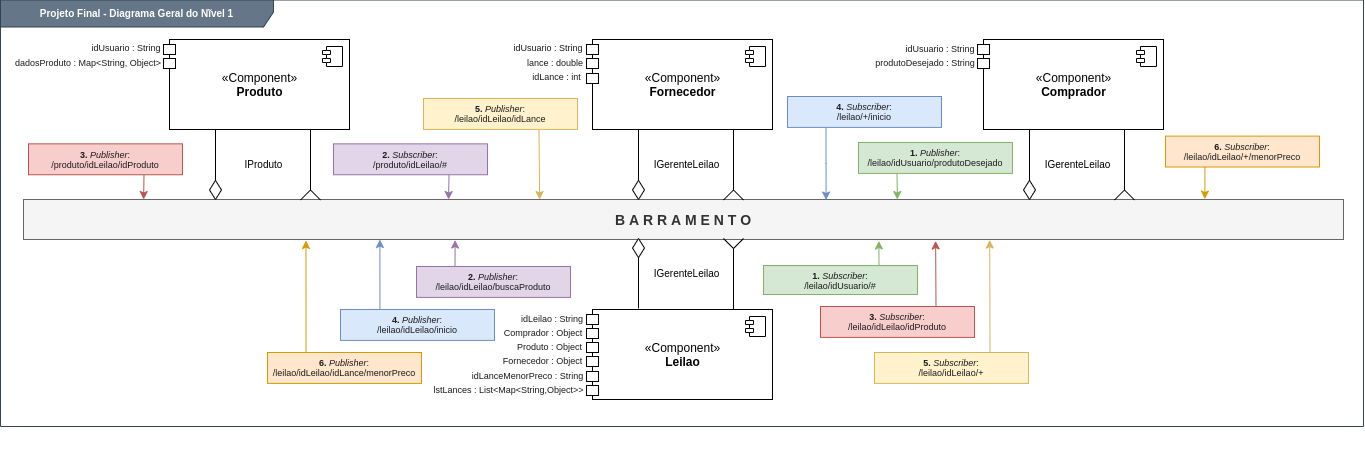
The draw.io diagram Projeto Final/images/barramento_nivel1.png in eNove/unicamp-engsoft-2020-inf331, before a commit. Source tidied: cells renumbered, new cells last; positions are measured from the earlier drawing's top-left corner, leaving out a move shared by most shapes.
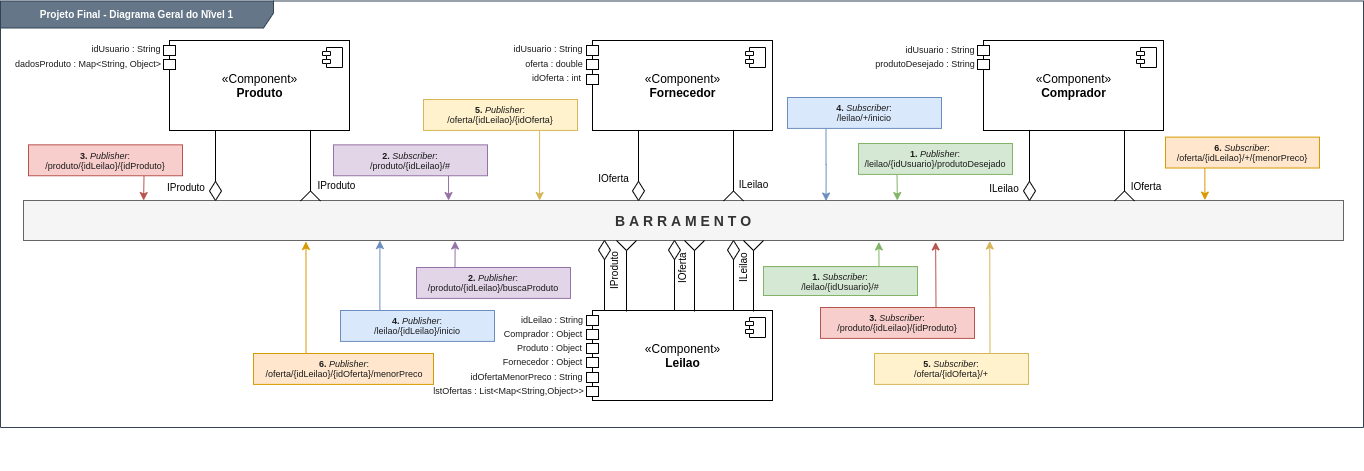
Later version of the same file.

Commit message:
Diagrama barramento revisado e finalizado

Diff of the diagram source:
```diff
@@ -38,4 +38,4 @@
     </mxCell>
-    <mxCell id="12" value="IGerenteLeilao" style="text;html=1;strokeColor=none;fillColor=none;align=center;verticalAlign=middle;whiteSpace=wrap;rounded=0;fontSize=10;" parent="1" vertex="1">
-      <mxGeometry x="1040.8" y="154.2" width="73.2" height="20" as="geometry" />
+    <mxCell id="12" value="ILeilao" style="text;html=1;strokeColor=none;fillColor=none;align=center;verticalAlign=middle;whiteSpace=wrap;rounded=0;fontSize=10;" parent="1" vertex="1">
+      <mxGeometry x="984" y="177" width="40" height="20" as="geometry" />
     </mxCell>
@@ -85,3 +85,3 @@
     <mxCell id="23" value="IProduto" style="text;html=1;strokeColor=none;fillColor=none;align=center;verticalAlign=middle;whiteSpace=wrap;rounded=0;fontSize=10;" parent="1" vertex="1">
-      <mxGeometry x="226.8" y="154.2" width="73.2" height="20" as="geometry" />
+      <mxGeometry x="163" y="176.2" width="46" height="20" as="geometry" />
     </mxCell>
@@ -130,4 +130,4 @@
     </mxCell>
-    <mxCell id="34" value="IGerenteLeilao" style="text;html=1;strokeColor=none;fillColor=none;align=center;verticalAlign=middle;whiteSpace=wrap;rounded=0;fontSize=10;" parent="1" vertex="1">
-      <mxGeometry x="649.8" y="154.2" width="73.2" height="20" as="geometry" />
+    <mxCell id="34" value="IOferta" style="text;html=1;strokeColor=none;fillColor=none;align=center;verticalAlign=middle;whiteSpace=wrap;rounded=0;fontSize=10;" parent="1" vertex="1">
+      <mxGeometry x="577" y="166.5" width="73.2" height="20" as="geometry" />
     </mxCell>
@@ -162,7 +162,7 @@
     </mxCell>
-    <mxCell id="41" value="IGerenteLeilao" style="text;html=1;strokeColor=none;fillColor=none;align=center;verticalAlign=middle;whiteSpace=wrap;rounded=0;fontSize=10;" parent="1" vertex="1">
-      <mxGeometry x="650.9" y="263" width="71" height="20" as="geometry" />
+    <mxCell id="41" value="ILeilao" style="text;html=1;strokeColor=none;fillColor=none;align=center;verticalAlign=middle;whiteSpace=wrap;rounded=0;fontSize=10;rotation=-90;" parent="1" vertex="1">
+      <mxGeometry x="722.5" y="256.7" width="40" height="20" as="geometry" />
     </mxCell>
     <mxCell id="42" style="group;rotation=-180;" parent="1" vertex="1">
-      <mxGeometry x="632" y="238" width="12" height="70" as="geometry" />
+      <mxGeometry x="598" y="239" width="12" height="70" as="geometry" />
     </mxCell>
@@ -177,3 +177,3 @@
     <mxCell id="45" style="group;rotation=-180;" parent="1" vertex="1">
-      <mxGeometry x="723" y="238" width="20" height="70.5" as="geometry" />
+      <mxGeometry x="743" y="239" width="20" height="70.5" as="geometry" />
     </mxCell>
@@ -224,3 +224,3 @@
     </mxCell>
-    <mxCell id="58" value="&lt;b style=&quot;font-size: 9px&quot;&gt;2.&lt;/b&gt; &lt;i style=&quot;font-size: 9px&quot;&gt;Publisher&lt;/i&gt;:&lt;br style=&quot;font-size: 9px&quot;&gt;/leilao/idLeilao/buscaProduto" style="text;html=1;strokeColor=none;fillColor=none;align=center;verticalAlign=middle;whiteSpace=wrap;rounded=0;fontSize=9;fontColor=#1A1A1A;" parent="1" vertex="1">
+    <mxCell id="58" value="&lt;b style=&quot;font-size: 9px&quot;&gt;2.&lt;/b&gt; &lt;i style=&quot;font-size: 9px&quot;&gt;Publisher&lt;/i&gt;:&lt;br style=&quot;font-size: 9px&quot;&gt;/produto/{idLeilao}/buscaProduto" style="text;html=1;strokeColor=none;fillColor=none;align=center;verticalAlign=middle;whiteSpace=wrap;rounded=0;fontSize=9;fontColor=#1A1A1A;" parent="1" vertex="1">
       <mxGeometry x="416" y="273.7" width="154" height="15.5" as="geometry" />
@@ -233,3 +233,3 @@
     </mxCell>
-    <mxCell id="61" value="&lt;b style=&quot;font-size: 9px;&quot;&gt;1.&lt;/b&gt; &lt;i style=&quot;font-size: 9px;&quot;&gt;Publisher&lt;/i&gt;:&lt;br style=&quot;font-size: 9px;&quot;&gt;/leilao/idUsuario/produtoDesejado" style="text;html=1;strokeColor=none;fillColor=none;align=center;verticalAlign=middle;whiteSpace=wrap;rounded=0;fontSize=9;fontColor=#1A1A1A;" parent="59" vertex="1">
+    <mxCell id="61" value="&lt;b style=&quot;font-size: 9px&quot;&gt;1.&lt;/b&gt; &lt;i style=&quot;font-size: 9px&quot;&gt;Publisher&lt;/i&gt;:&lt;br style=&quot;font-size: 9px&quot;&gt;/leilao/{idUsuario}/produtoDesejado" style="text;html=1;strokeColor=none;fillColor=none;align=center;verticalAlign=middle;whiteSpace=wrap;rounded=0;fontSize=9;fontColor=#1A1A1A;" parent="59" vertex="1">
       <mxGeometry y="7.7" width="154" height="15.5" as="geometry" />
@@ -248,3 +248,3 @@
     </mxCell>
-    <mxCell id="66" value="&lt;b style=&quot;font-size: 9px&quot;&gt;1.&lt;/b&gt; &lt;i style=&quot;font-size: 9px&quot;&gt;Subscriber&lt;/i&gt;:&lt;br style=&quot;font-size: 9px&quot;&gt;/leilao/idUsuario/#" style="text;html=1;strokeColor=none;fillColor=none;align=center;verticalAlign=middle;whiteSpace=wrap;rounded=0;fontSize=9;fontColor=#1A1A1A;" parent="62" vertex="1">
+    <mxCell id="66" value="&lt;b style=&quot;font-size: 9px&quot;&gt;1.&lt;/b&gt; &lt;i style=&quot;font-size: 9px&quot;&gt;Subscriber&lt;/i&gt;:&lt;br style=&quot;font-size: 9px&quot;&gt;/leilao/{idUsuario}/#" style="text;html=1;strokeColor=none;fillColor=none;align=center;verticalAlign=middle;whiteSpace=wrap;rounded=0;fontSize=9;fontColor=#1A1A1A;" parent="62" vertex="1">
       <mxGeometry y="7.2" width="154" height="14.5" as="geometry" />
@@ -257,3 +257,3 @@
     </mxCell>
-    <mxCell id="69" value="&lt;b style=&quot;font-size: 9px&quot;&gt;2.&lt;/b&gt; &lt;i style=&quot;font-size: 9px&quot;&gt;Subscriber&lt;/i&gt;:&lt;br style=&quot;font-size: 9px&quot;&gt;/produto/idLeilao/#" style="text;html=1;strokeColor=none;fillColor=none;align=center;verticalAlign=middle;whiteSpace=wrap;rounded=0;fontSize=9;fontColor=#1A1A1A;" parent="1" vertex="1">
+    <mxCell id="69" value="&lt;b style=&quot;font-size: 9px&quot;&gt;2.&lt;/b&gt; &lt;i style=&quot;font-size: 9px&quot;&gt;Subscriber&lt;/i&gt;:&lt;br style=&quot;font-size: 9px&quot;&gt;/produto/{idLeilao}/#" style="text;html=1;strokeColor=none;fillColor=none;align=center;verticalAlign=middle;whiteSpace=wrap;rounded=0;fontSize=9;fontColor=#1A1A1A;" parent="1" vertex="1">
       <mxGeometry x="333" y="151.1" width="154" height="15.5" as="geometry" />
@@ -266,3 +266,3 @@
     </mxCell>
-    <mxCell id="72" value="&lt;b style=&quot;font-size: 9px&quot;&gt;3.&lt;/b&gt; &lt;i style=&quot;font-size: 9px&quot;&gt;Publisher&lt;/i&gt;:&lt;br style=&quot;font-size: 9px&quot;&gt;/produto/idLeilao/idProduto" style="text;html=1;strokeColor=none;fillColor=none;align=center;verticalAlign=middle;whiteSpace=wrap;rounded=0;fontSize=9;fontColor=#1A1A1A;" parent="1" vertex="1">
+    <mxCell id="72" value="&lt;b style=&quot;font-size: 9px&quot;&gt;3.&lt;/b&gt; &lt;i style=&quot;font-size: 9px&quot;&gt;Publisher&lt;/i&gt;:&lt;br style=&quot;font-size: 9px&quot;&gt;/produto/{idLeilao}/{idProduto}" style="text;html=1;strokeColor=none;fillColor=none;align=center;verticalAlign=middle;whiteSpace=wrap;rounded=0;fontSize=9;fontColor=#1A1A1A;" parent="1" vertex="1">
       <mxGeometry x="28" y="151.1" width="154" height="15.5" as="geometry" />
@@ -279,3 +279,3 @@
     </mxCell>
-    <mxCell id="75" value="&lt;b style=&quot;font-size: 9px&quot;&gt;3.&lt;/b&gt; &lt;i style=&quot;font-size: 9px&quot;&gt;Subscriber&lt;/i&gt;:&lt;br style=&quot;font-size: 9px&quot;&gt;/leilao/idLeilao/idProduto" style="text;html=1;strokeColor=none;fillColor=none;align=center;verticalAlign=middle;whiteSpace=wrap;rounded=0;fontSize=9;fontColor=#1A1A1A;" parent="1" vertex="1">
+    <mxCell id="75" value="&lt;b style=&quot;font-size: 9px&quot;&gt;3.&lt;/b&gt; &lt;i style=&quot;font-size: 9px&quot;&gt;Subscriber&lt;/i&gt;:&lt;br style=&quot;font-size: 9px&quot;&gt;/produto/{idLeilao}/{idProduto}" style="text;html=1;strokeColor=none;fillColor=none;align=center;verticalAlign=middle;whiteSpace=wrap;rounded=0;fontSize=9;fontColor=#1A1A1A;" parent="1" vertex="1">
       <mxGeometry x="820" y="313.7" width="154" height="15.5" as="geometry" />
@@ -292,3 +292,3 @@
     </mxCell>
-    <mxCell id="78" value="&lt;b style=&quot;font-size: 9px&quot;&gt;4.&lt;/b&gt; &lt;i style=&quot;font-size: 9px&quot;&gt;Publisher&lt;/i&gt;:&lt;br style=&quot;font-size: 9px&quot;&gt;/leilao/idLeilao/inicio" style="text;html=1;strokeColor=none;fillColor=none;align=center;verticalAlign=middle;whiteSpace=wrap;rounded=0;fontSize=9;fontColor=#1A1A1A;" parent="1" vertex="1">
+    <mxCell id="78" value="&lt;b style=&quot;font-size: 9px&quot;&gt;4.&lt;/b&gt; &lt;i style=&quot;font-size: 9px&quot;&gt;Publisher&lt;/i&gt;:&lt;br style=&quot;font-size: 9px&quot;&gt;/leilao/{idLeilao}/inicio" style="text;html=1;strokeColor=none;fillColor=none;align=center;verticalAlign=middle;whiteSpace=wrap;rounded=0;fontSize=9;fontColor=#1A1A1A;" parent="1" vertex="1">
       <mxGeometry x="340" y="316.7" width="154" height="15.5" as="geometry" />
@@ -314,3 +314,3 @@
     </mxCell>
-    <mxCell id="84" value="&lt;b style=&quot;font-size: 9px&quot;&gt;5.&lt;/b&gt; &lt;i style=&quot;font-size: 9px&quot;&gt;Publisher&lt;/i&gt;:&lt;br style=&quot;font-size: 9px&quot;&gt;/leilao/idLeilao/idLance" style="text;html=1;strokeColor=none;fillColor=none;align=center;verticalAlign=middle;whiteSpace=wrap;rounded=0;fontSize=9;fontColor=#1A1A1A;" parent="1" vertex="1">
+    <mxCell id="84" value="&lt;b style=&quot;font-size: 9px&quot;&gt;5.&lt;/b&gt; &lt;i style=&quot;font-size: 9px&quot;&gt;Publisher&lt;/i&gt;:&lt;br style=&quot;font-size: 9px&quot;&gt;/oferta/{idLeilao}/{idOferta}" style="text;html=1;strokeColor=none;fillColor=none;align=center;verticalAlign=middle;whiteSpace=wrap;rounded=0;fontSize=9;fontColor=#1A1A1A;" parent="1" vertex="1">
       <mxGeometry x="423" y="105.7" width="154" height="15.5" as="geometry" />
@@ -327,3 +327,3 @@
     </mxCell>
-    <mxCell id="87" value="&lt;b style=&quot;font-size: 9px&quot;&gt;5.&lt;/b&gt; &lt;i style=&quot;font-size: 9px&quot;&gt;Subscriber&lt;/i&gt;:&lt;br style=&quot;font-size: 9px&quot;&gt;/leilao/idLeilao/+" style="text;html=1;strokeColor=none;fillColor=none;align=center;verticalAlign=middle;whiteSpace=wrap;rounded=0;fontSize=9;fontColor=#1A1A1A;" parent="1" vertex="1">
+    <mxCell id="87" value="&lt;b style=&quot;font-size: 9px&quot;&gt;5.&lt;/b&gt; &lt;i style=&quot;font-size: 9px&quot;&gt;Subscriber&lt;/i&gt;:&lt;br style=&quot;font-size: 9px&quot;&gt;/oferta/{idOferta}/+" style="text;html=1;strokeColor=none;fillColor=none;align=center;verticalAlign=middle;whiteSpace=wrap;rounded=0;fontSize=9;fontColor=#1A1A1A;" parent="1" vertex="1">
       <mxGeometry x="874" y="359.7" width="154" height="15.5" as="geometry" />
@@ -331,8 +331,12 @@
     <mxCell id="88" style="edgeStyle=orthogonalEdgeStyle;rounded=0;jettySize=auto;html=1;exitX=0.25;exitY=0;exitDx=0;exitDy=0;entryX=0.214;entryY=1.025;entryDx=0;entryDy=0;entryPerimeter=0;fontSize=9;fontColor=#FFFFFF;fillColor=#ffe6cc;strokeColor=#d79b00;" parent="1" edge="1" source="89" target="3">
-      <mxGeometry relative="1" as="geometry" />
+      <mxGeometry relative="1" as="geometry">
+        <Array as="points">
+          <mxPoint x="306" y="352" />
+        </Array>
+      </mxGeometry>
     </mxCell>
     <mxCell id="89" style="rounded=0;whiteSpace=wrap;html=1;fillColor=#ffe6cc;strokeColor=#d79b00;" parent="1" vertex="1">
-      <mxGeometry x="267" y="352" width="154" height="30.9" as="geometry" />
+      <mxGeometry x="253" y="352" width="180" height="30.9" as="geometry" />
     </mxCell>
-    <mxCell id="90" value="&lt;b style=&quot;font-size: 9px&quot;&gt;6.&lt;/b&gt; &lt;i style=&quot;font-size: 9px&quot;&gt;Publisher&lt;/i&gt;:&lt;br style=&quot;font-size: 9px&quot;&gt;/leilao/idLeilao/idLance/menorPreco" style="text;html=1;strokeColor=none;fillColor=none;align=center;verticalAlign=middle;whiteSpace=wrap;rounded=0;fontSize=9;fontColor=#1A1A1A;" parent="1" vertex="1">
+    <mxCell id="90" value="&lt;b style=&quot;font-size: 9px&quot;&gt;6.&lt;/b&gt; &lt;i style=&quot;font-size: 9px&quot;&gt;Publisher&lt;/i&gt;:&lt;br style=&quot;font-size: 9px&quot;&gt;/oferta/{idLeilao}/{idOferta}/menorPreco" style="text;html=1;strokeColor=none;fillColor=none;align=center;verticalAlign=middle;whiteSpace=wrap;rounded=0;fontSize=9;fontColor=#1A1A1A;" parent="1" vertex="1">
       <mxGeometry x="267" y="359.7" width="154" height="15.5" as="geometry" />
@@ -345,3 +349,3 @@
     </mxCell>
-    <mxCell id="93" value="&lt;b style=&quot;font-size: 9px&quot;&gt;6.&lt;/b&gt; &lt;i style=&quot;font-size: 9px&quot;&gt;Subscriber&lt;/i&gt;:&lt;br style=&quot;font-size: 9px&quot;&gt;/leilao/idLeilao/+/menorPreco" style="text;html=1;strokeColor=none;fillColor=none;align=center;verticalAlign=middle;whiteSpace=wrap;rounded=0;fontSize=9;fontColor=#1A1A1A;" parent="1" vertex="1">
+    <mxCell id="93" value="&lt;b style=&quot;font-size: 9px&quot;&gt;6.&lt;/b&gt; &lt;i style=&quot;font-size: 9px&quot;&gt;Subscriber&lt;/i&gt;:&lt;br style=&quot;font-size: 9px&quot;&gt;/oferta/{idLeilao}/+/{menorPreco}" style="text;html=1;strokeColor=none;fillColor=none;align=center;verticalAlign=middle;whiteSpace=wrap;rounded=0;fontSize=9;fontColor=#1A1A1A;" parent="1" vertex="1">
       <mxGeometry x="1165" y="143.3" width="154" height="15.5" as="geometry" />
@@ -372,6 +376,6 @@
     </mxCell>
-    <mxCell id="102" value="lance : double" style="text;html=1;strokeColor=none;fillColor=none;align=center;verticalAlign=middle;whiteSpace=wrap;rounded=0;fontSize=9;fontColor=#1A1A1A;" parent="1" vertex="1">
+    <mxCell id="102" value="oferta : double" style="text;html=1;strokeColor=none;fillColor=none;align=center;verticalAlign=middle;whiteSpace=wrap;rounded=0;fontSize=9;fontColor=#1A1A1A;" parent="1" vertex="1">
       <mxGeometry x="517.5" y="52" width="74" height="20" as="geometry" />
     </mxCell>
-    <mxCell id="103" value="idLance : int" style="text;html=1;strokeColor=none;fillColor=none;align=center;verticalAlign=middle;whiteSpace=wrap;rounded=0;fontSize=9;fontColor=#1A1A1A;" parent="1" vertex="1">
+    <mxCell id="103" value="idOferta : int" style="text;html=1;strokeColor=none;fillColor=none;align=center;verticalAlign=middle;whiteSpace=wrap;rounded=0;fontSize=9;fontColor=#1A1A1A;" parent="1" vertex="1">
       <mxGeometry x="526.5" y="66" width="58.5" height="20" as="geometry" />
@@ -402,6 +406,6 @@
     </mxCell>
-    <mxCell id="112" value="idLanceMenorPreco : String" style="text;html=1;strokeColor=none;fillColor=none;align=center;verticalAlign=middle;whiteSpace=wrap;rounded=0;fontSize=9;fontColor=#1A1A1A;" parent="1" vertex="1">
-      <mxGeometry x="467" y="365" width="121" height="20" as="geometry" />
+    <mxCell id="112" value="idOfertaMenorPreco : String" style="text;html=1;strokeColor=none;fillColor=none;align=center;verticalAlign=middle;whiteSpace=wrap;rounded=0;fontSize=9;fontColor=#1A1A1A;" parent="1" vertex="1">
+      <mxGeometry x="466" y="365" width="121" height="20" as="geometry" />
     </mxCell>
-    <mxCell id="113" value="lstLances : List&amp;lt;Map&amp;lt;String,Object&amp;gt;&amp;gt;" style="text;html=1;strokeColor=none;fillColor=none;align=center;verticalAlign=middle;whiteSpace=wrap;rounded=0;fontSize=9;fontColor=#1A1A1A;" parent="1" vertex="1">
+    <mxCell id="113" value="lstOfertas : List&amp;lt;Map&amp;lt;String,Object&amp;gt;&amp;gt;" style="text;html=1;strokeColor=none;fillColor=none;align=center;verticalAlign=middle;whiteSpace=wrap;rounded=0;fontSize=9;fontColor=#1A1A1A;" parent="1" vertex="1">
       <mxGeometry x="426" y="379" width="165" height="20" as="geometry" />
@@ -414,2 +418,81 @@
     </mxCell>
+    <mxCell id="116" value="IOferta" style="text;html=1;strokeColor=none;fillColor=none;align=center;verticalAlign=middle;whiteSpace=wrap;rounded=0;fontSize=10;" parent="1" vertex="1">
+      <mxGeometry x="1126" y="174.9" width="40" height="20" as="geometry" />
+    </mxCell>
+    <mxCell id="117" value="ILeilao" style="text;html=1;strokeColor=none;fillColor=none;align=center;verticalAlign=middle;whiteSpace=wrap;rounded=0;fontSize=10;" parent="1" vertex="1">
+      <mxGeometry x="732.5" y="172.9" width="41" height="20" as="geometry" />
+    </mxCell>
+    <mxCell id="118" value="IProduto" style="text;html=1;strokeColor=none;fillColor=none;align=center;verticalAlign=middle;whiteSpace=wrap;rounded=0;fontSize=10;rotation=-90;" parent="1" vertex="1">
+      <mxGeometry x="591" y="259" width="45" height="20" as="geometry" />
+    </mxCell>
+    <mxCell id="119" value="IProduto" style="text;html=1;strokeColor=none;fillColor=none;align=center;verticalAlign=middle;whiteSpace=wrap;rounded=0;fontSize=10;" parent="1" vertex="1">
+      <mxGeometry x="300" y="174.2" width="73.2" height="20" as="geometry" />
+    </mxCell>
+    <mxCell id="120" style="group;rotation=-180;" parent="1" vertex="1">
+      <mxGeometry x="616" y="239" width="20" height="70.5" as="geometry" />
+    </mxCell>
+    <mxCell id="121" style="endArrow=none;html=1;fontColor=#1A1A1A;" parent="120" edge="1">
+      <mxGeometry relative="1" as="geometry">
+        <mxPoint x="10" y="10" as="sourcePoint" />
+        <mxPoint x="10" y="71" as="targetPoint" />
+      </mxGeometry>
+    </mxCell>
+    <mxCell id="122" style="endArrow=none;html=1;fontColor=#1A1A1A;" parent="120" edge="1">
+      <mxGeometry relative="1" as="geometry">
+        <mxPoint x="20" as="sourcePoint" />
+        <mxPoint x="10" y="10" as="targetPoint" />
+      </mxGeometry>
+    </mxCell>
+    <mxCell id="123" style="endArrow=none;html=1;fontColor=#1A1A1A;" parent="120" edge="1">
+      <mxGeometry relative="1" as="geometry">
+        <mxPoint as="sourcePoint" />
+        <mxPoint x="10" y="10" as="targetPoint" />
+      </mxGeometry>
+    </mxCell>
+    <mxCell id="124" style="group;rotation=-180;" parent="1" vertex="1">
+      <mxGeometry x="727" y="239" width="12" height="70" as="geometry" />
+    </mxCell>
+    <mxCell id="125" style="rhombus;whiteSpace=wrap;html=1;fontSize=8;rotation=-180;" parent="124" vertex="1">
+      <mxGeometry width="12" height="19.1" as="geometry" />
+    </mxCell>
+    <mxCell id="126" style="endArrow=none;html=1;fontSize=8;exitX=0.5;exitY=0;exitDx=0;exitDy=0;" parent="124" edge="1" source="125">
+      <mxGeometry relative="1" as="geometry">
+        <mxPoint x="6" y="70" as="targetPoint" />
+      </mxGeometry>
+    </mxCell>
+    <mxCell id="127" style="group;rotation=-180;" parent="1" vertex="1">
+      <mxGeometry x="684" y="239" width="20" height="70.5" as="geometry" />
+    </mxCell>
+    <mxCell id="128" style="endArrow=none;html=1;fontColor=#1A1A1A;" parent="127" edge="1">
+      <mxGeometry relative="1" as="geometry">
+        <mxPoint x="10" y="10" as="sourcePoint" />
+        <mxPoint x="10" y="71" as="targetPoint" />
+      </mxGeometry>
+    </mxCell>
+    <mxCell id="129" style="endArrow=none;html=1;fontColor=#1A1A1A;" parent="127" edge="1">
+      <mxGeometry relative="1" as="geometry">
+        <mxPoint x="20" as="sourcePoint" />
+        <mxPoint x="10" y="10" as="targetPoint" />
+      </mxGeometry>
+    </mxCell>
+    <mxCell id="130" style="endArrow=none;html=1;fontColor=#1A1A1A;" parent="127" edge="1">
+      <mxGeometry relative="1" as="geometry">
+        <mxPoint as="sourcePoint" />
+        <mxPoint x="10" y="10" as="targetPoint" />
+      </mxGeometry>
+    </mxCell>
+    <mxCell id="131" style="group;rotation=-180;" parent="1" vertex="1">
+      <mxGeometry x="668" y="239" width="12" height="70" as="geometry" />
+    </mxCell>
+    <mxCell id="132" style="rhombus;whiteSpace=wrap;html=1;fontSize=8;rotation=-180;" parent="131" vertex="1">
+      <mxGeometry width="12" height="19.1" as="geometry" />
+    </mxCell>
+    <mxCell id="133" style="endArrow=none;html=1;fontSize=8;exitX=0.5;exitY=0;exitDx=0;exitDy=0;" parent="131" edge="1" source="132">
+      <mxGeometry relative="1" as="geometry">
+        <mxPoint x="6" y="70" as="targetPoint" />
+      </mxGeometry>
+    </mxCell>
+    <mxCell id="134" value="IOferta" style="text;html=1;strokeColor=none;fillColor=none;align=center;verticalAlign=middle;whiteSpace=wrap;rounded=0;fontSize=10;rotation=-90;" parent="1" vertex="1">
+      <mxGeometry x="662" y="256.7" width="40" height="20" as="geometry" />
+    </mxCell>
   </root>
```
